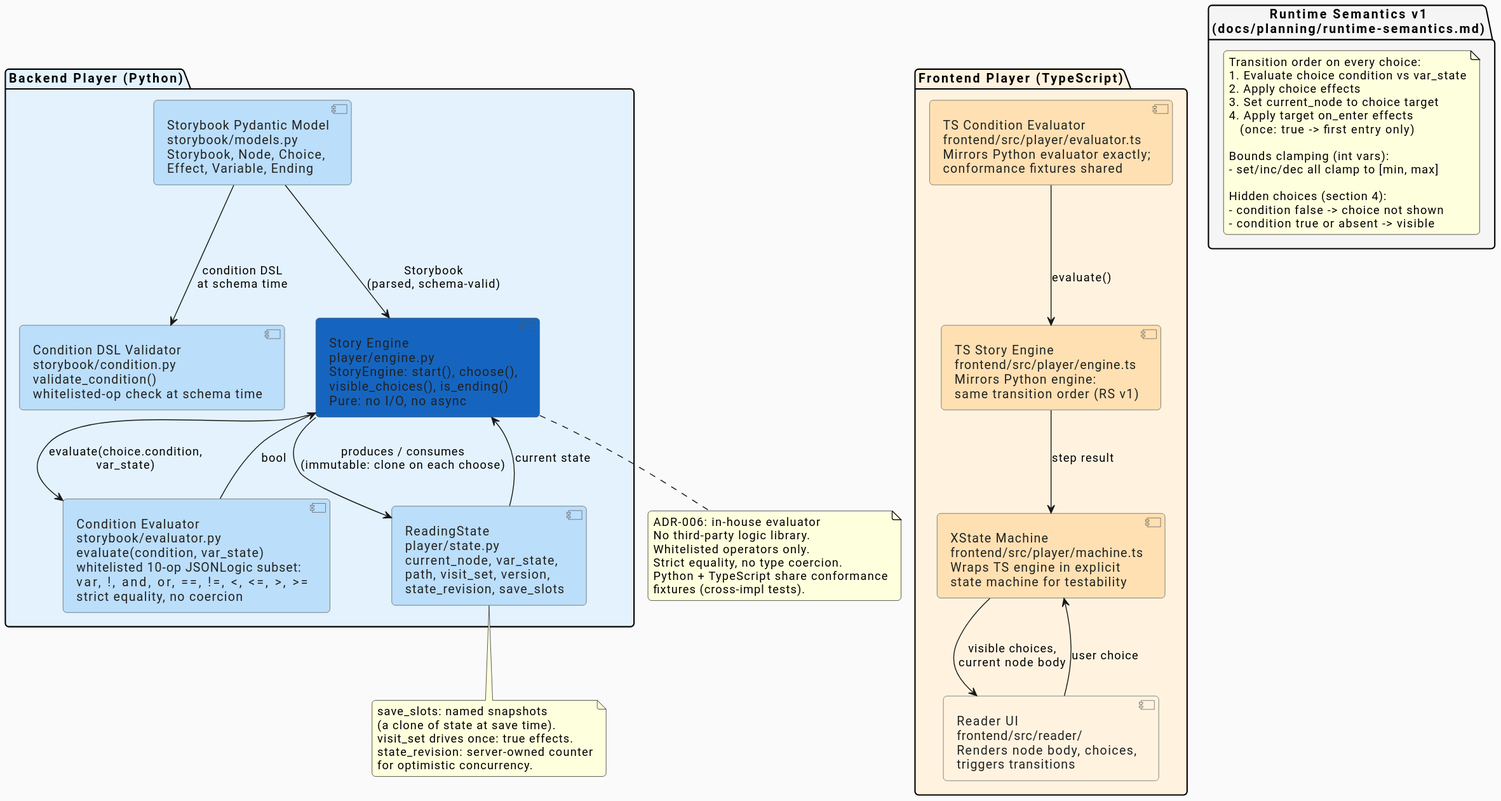
The PlantUML diagram docs/architecture/diagrams/component-player.svg in ByronWilliamsCPA/cyo-adventure, before a commit. Source of this version:
```plantuml
@startuml

skinparam defaultFontName "Roboto"
skinparam backgroundColor #FAFAFA
skinparam roundCorner 8
skinparam componentStyle uml2

skinparam component {
  BorderColor #555555
  FontColor #222222
}

package "Backend Player (Python)" #E3F2FD {

  component "Storybook Pydantic Model\nstorybook/models.py\nStorybook, Node, Choice,\nEffect, Variable, Ending" as storybook_model #BBDEFB

  component "Condition DSL Validator\nstorybook/condition.py\nvalidate_condition()\nwhitelisted-op check at schema time" as cond_validator #BBDEFB

  component "Condition Evaluator\nstorybook/evaluator.py\nevaluate(condition, var_state)\nwhitelisted 10-op JSONLogic subset:\nvar, !, and, or, ==, !=, <, <=, >, >=\nstrict equality, no coercion" as evaluator #BBDEFB

  component "Story Engine\nplayer/engine.py\nStoryEngine: start(), choose(),\nvisible_choices(), is_ending()\nPure: no I/O, no async" as engine #1565C0

  component "ReadingState\nplayer/state.py\ncurrent_node, var_state,\npath, visit_set, version,\nstate_revision, save_slots" as reading_state #BBDEFB

}

package "Frontend Player (TypeScript)" #FFF3E0 {

  component "TS Condition Evaluator\nfrontend/src/player/evaluator.ts\nMirrors Python evaluator exactly;\nconformance fixtures shared" as ts_evaluator #FFE0B2

  component "TS Story Engine\nfrontend/src/player/engine.ts\nMirrors Python engine:\nsame transition order (RS v1)" as ts_engine #FFE0B2

  component "XState Machine\nfrontend/src/player/machine.ts\nWraps TS engine in explicit\nstate machine for testability" as xstate #FFE0B2

  component "Reader UI\nfrontend/src/reader/\nRenders node body, choices,\ntriggers transitions" as reader_ui #FFF3E0

}

package "Runtime Semantics v1\n(docs/planning/runtime-semantics.md)" as semantics_doc #F5F5F5 {
  note as semantics_note
    Transition order on every choice:
    1. Evaluate choice condition vs var_state
    2. Apply choice effects
    3. Set current_node to choice target
    4. Apply target on_enter effects
       (once: true -> first entry only)

    Bounds clamping (int vars):
    - set/inc/dec all clamp to [min, max]

    Hidden choices (section 4):
    - condition false -> choice not shown
    - condition true or absent -> visible
  end note
}

storybook_model --> engine : "Storybook\n(parsed, schema-valid)"
storybook_model --> cond_validator : "condition DSL\nat schema time"
engine --> evaluator : "evaluate(choice.condition,\nvar_state)"
evaluator --> engine : "bool"
engine --> reading_state : "produces / consumes\n(immutable: clone on each choose)"
reading_state --> engine : "current state"

ts_evaluator --> ts_engine : "evaluate()"
ts_engine --> xstate : "step result"
xstate --> reader_ui : "visible choices,\ncurrent node body"
reader_ui --> xstate : "user choice"

note bottom of engine
  ADR-006: in-house evaluator
  No third-party logic library.
  Whitelisted operators only.
  Strict equality, no type coercion.
  Python + TypeScript share conformance
  fixtures (cross-impl tests).
end note

note bottom of reading_state
  save_slots: named snapshots
  (a clone of state at save time).
  visit_set drives once: true effects.
  state_revision: server-owned counter
  for optimistic concurrency.
end note
@enduml
```
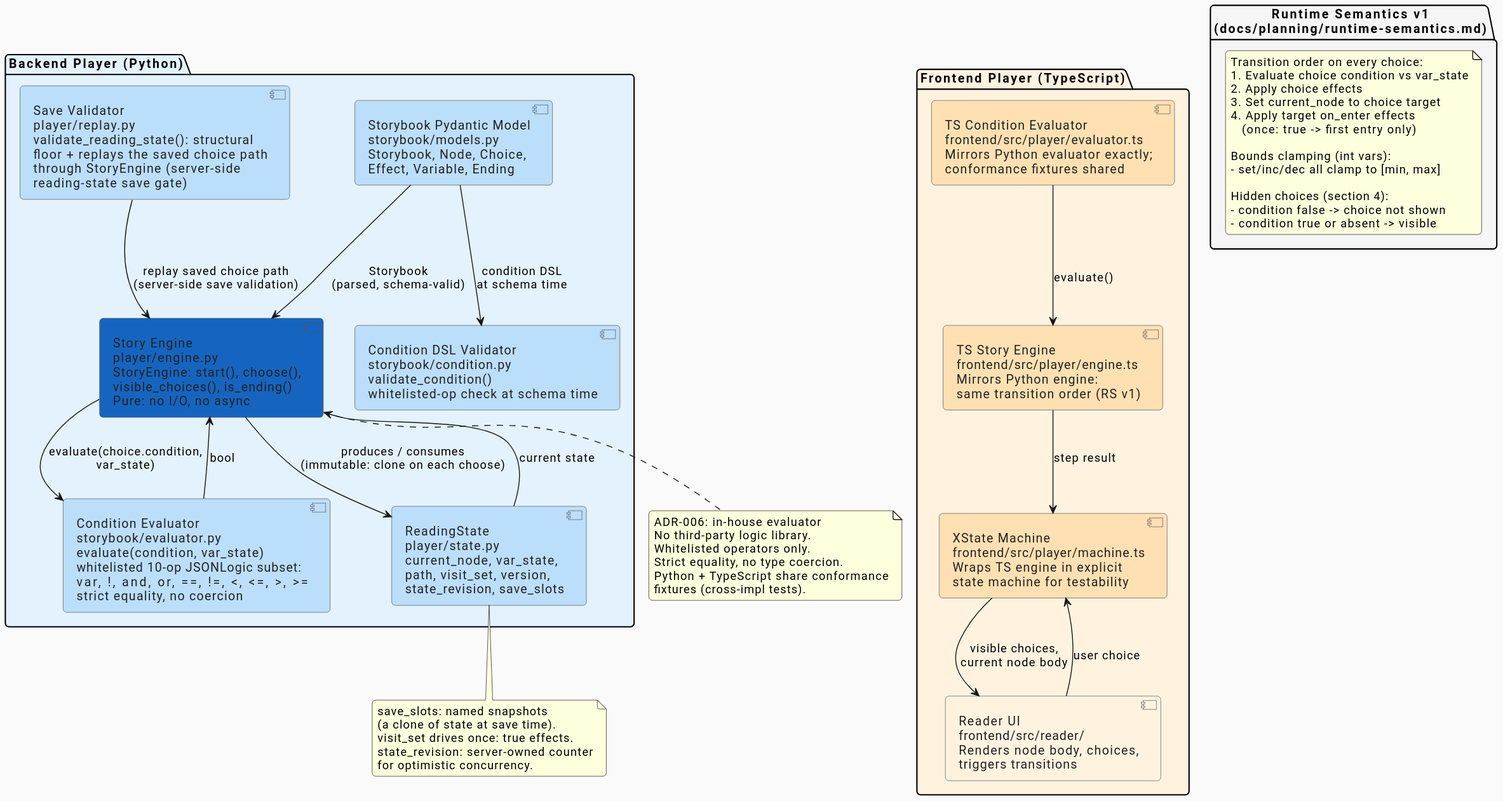
Above is the later version.

Diff of the diagram source:
```diff
@@ -21,6 +21,8 @@
   component "Story Engine\nplayer/engine.py\nStoryEngine: start(), choose(),\nvisible_choices(), is_ending()\nPure: no I/O, no async" as engine #1565C0
 
   component "ReadingState\nplayer/state.py\ncurrent_node, var_state,\npath, visit_set, version,\nstate_revision, save_slots" as reading_state #BBDEFB
+
+  component "Save Validator\nplayer/replay.py\nvalidate_reading_state(): structural\nfloor + replays the saved choice path\nthrough StoryEngine (server-side\nreading-state save gate)" as replay #BBDEFB
 
 }
 
@@ -60,6 +62,7 @@
 evaluator --> engine : "bool"
 engine --> reading_state : "produces / consumes\n(immutable: clone on each choose)"
 reading_state --> engine : "current state"
+replay --> engine : "replay saved choice path\n(server-side save validation)"
 
 ts_evaluator --> ts_engine : "evaluate()"
 ts_engine --> xstate : "step result"
```
